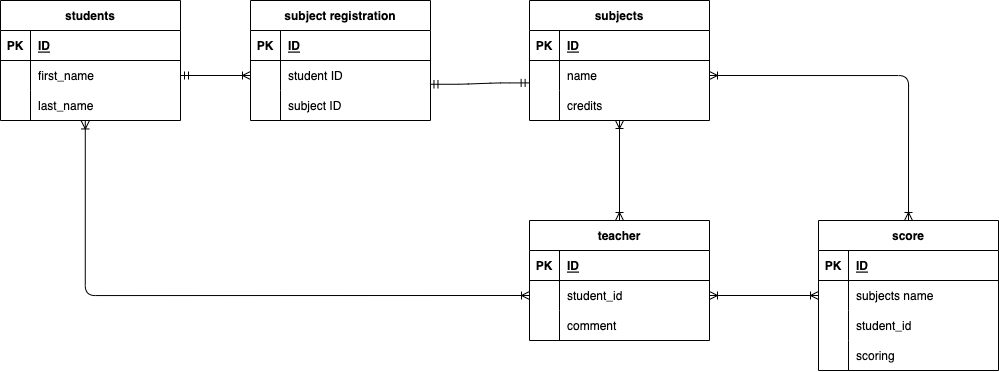
seki221/DB-design keeps this draw.io diagram as index.drawio.png. Above is the earlier version. Source tidied: cells renumbered, new cells last; positions are measured from the earlier drawing's top-left corner, leaving out a move shared by most shapes.
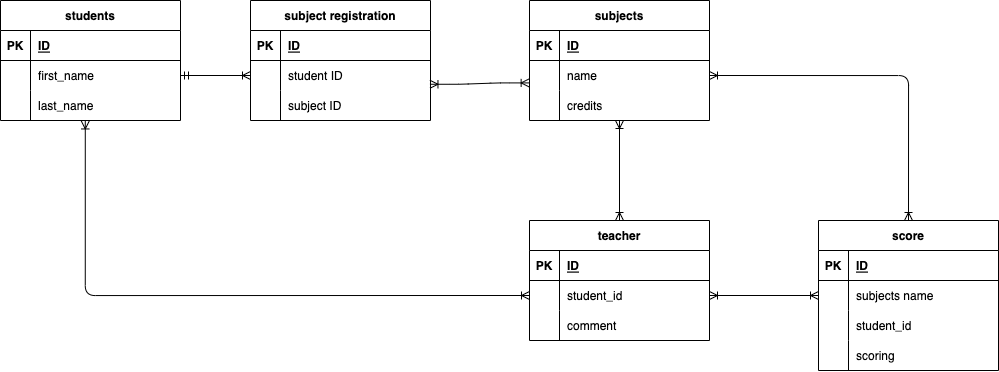
The same diagram one commit later.

Change to the diagram source:
```diff
@@ -178,7 +178,7 @@
     <mxCell id="59" value="subject ID" style="shape=partialRectangle;fillColor=none;top=0;left=0;bottom=0;right=0;align=left;spacingLeft=6;overflow=hidden;shadow=0;" parent="57" vertex="1">
       <mxGeometry x="30" width="150" height="30" as="geometry" />
     </mxCell>
-    <mxCell id="60" style="edgeStyle=entityRelationEdgeStyle;fontSize=12;html=1;endArrow=ERmandOne;startArrow=ERmandOne;rounded=1;sourcePerimeterSpacing=0;entryX=0.997;entryY=0.792;entryDx=0;entryDy=0;exitX=-0.002;exitY=0.747;exitDx=0;exitDy=0;exitPerimeter=0;entryPerimeter=0;" parent="1" edge="1" source="42" target="54">
+    <mxCell id="60" style="edgeStyle=entityRelationEdgeStyle;fontSize=12;html=1;endArrow=ERoneToMany;startArrow=ERoneToMany;rounded=1;sourcePerimeterSpacing=0;entryX=0.997;entryY=0.792;entryDx=0;entryDy=0;exitX=-0.002;exitY=0.747;exitDx=0;exitDy=0;exitPerimeter=0;entryPerimeter=0;endFill=0;startFill=0;" parent="1" edge="1" source="42" target="54">
       <mxGeometry relative="1" as="geometry" />
     </mxCell>
   </root>
```
